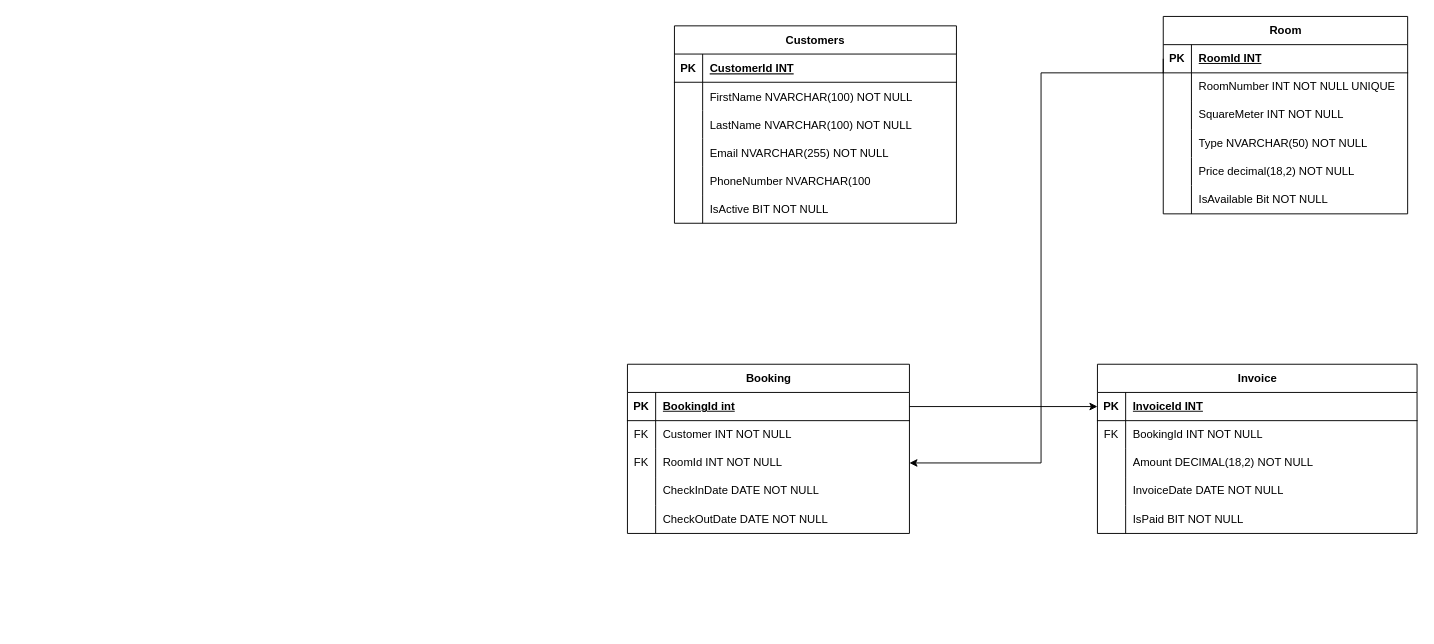
The draw.io diagram HotelAppDb/HotelApp.drawio in Malmstrm/HotelAppDb, before the edit. Source tidied: cells renumbered, new cells numbered last; positions are measured from the earlier drawing's top-left corner, leaving out a move shared by most shapes. Both pictures are drawn from the tidied source at 94%, with x=0, y=0 at pixel (627, 16).
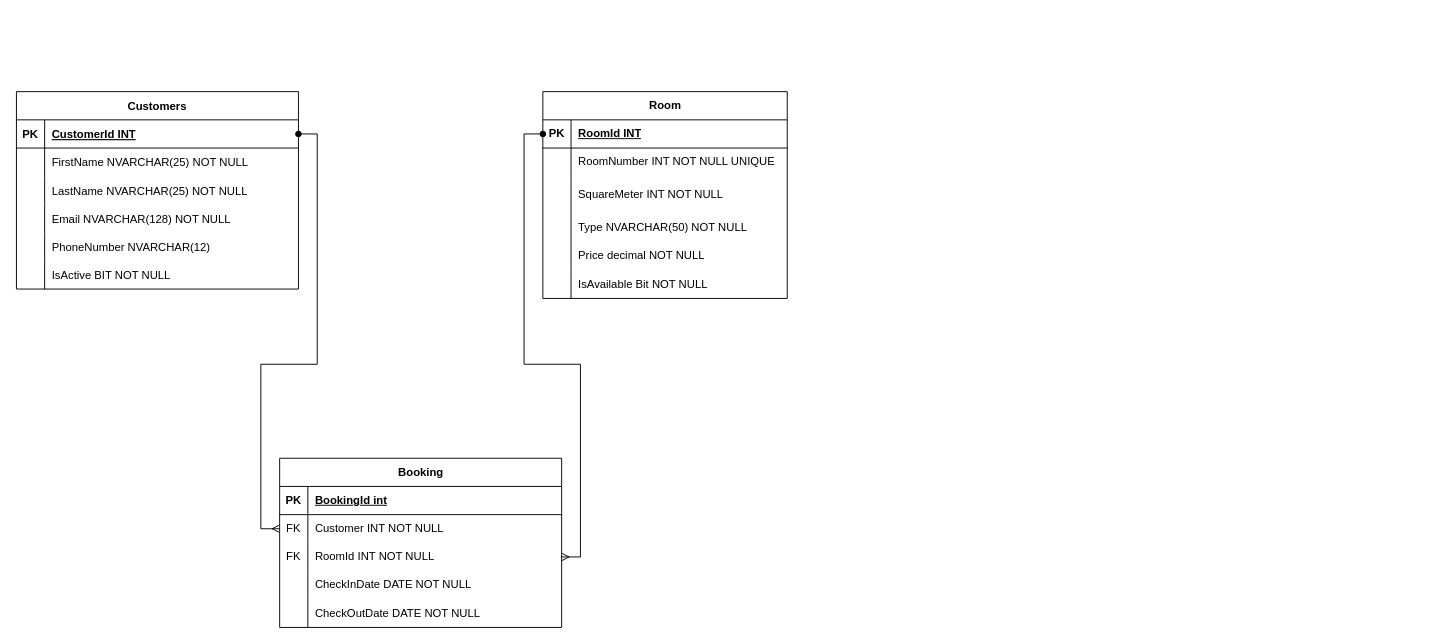
The same page after the edit.

Unchanged cells that the change refers to:
```xml
<mxCell id="3" style="shape=partialRectangle;fillColor=none;points=[[0,0.5],[1,0.5]];portConstraint=eastwest;top=0;left=0;right=0;bottom=1;" parent="2" vertex="1">
  <mxGeometry y="30" width="300" height="30" as="geometry" />
</mxCell>
<mxCell id="6" style="shape=partialRectangle;fillColor=none;top=0;left=0;right=0;bottom=0;" parent="2" vertex="1">
  <mxGeometry y="60" width="300" height="30" as="geometry" />
</mxCell>
<mxCell id="9" style="shape=partialRectangle;fillColor=none;top=0;left=0;right=0;bottom=0;" parent="2" vertex="1">
  <mxGeometry y="90" width="300" height="30" as="geometry" />
</mxCell>
<mxCell id="12" style="shape=partialRectangle;fillColor=none;top=0;left=0;right=0;bottom=0;" parent="2" vertex="1">
  <mxGeometry y="120" width="300" height="30" as="geometry" />
</mxCell>
<mxCell id="15" style="shape=partialRectangle;fillColor=none;top=0;left=0;right=0;bottom=0;" parent="2" vertex="1">
  <mxGeometry y="150" width="300" height="30" as="geometry" />
</mxCell>
<mxCell id="22" style="shape=tableRow;horizontal=0;startSize=0;swimlaneHead=0;swimlaneBody=0;fillColor=none;points=[[0,0.5],[1,0.5]];portConstraint=eastwest;top=0;left=0;right=0;bottom=1;" parent="21" vertex="1">
  <mxGeometry y="30" width="260" height="30" as="geometry" />
</mxCell>
<mxCell id="41" style="shape=tableRow;horizontal=0;startSize=0;swimlaneHead=0;swimlaneBody=0;fillColor=none;points=[[0,0.5],[1,0.5]];portConstraint=eastwest;top=0;left=0;right=0;bottom=1;" parent="40" vertex="1">
  <mxGeometry y="30" width="300" height="30" as="geometry" />
</mxCell>
<mxCell id="44" style="shape=tableRow;horizontal=0;startSize=0;swimlaneHead=0;swimlaneBody=0;fillColor=none;points=[[0,0.5],[1,0.5]];portConstraint=eastwest;top=0;left=0;right=0;bottom=0;" parent="40" vertex="1">
  <mxGeometry y="60" width="300" height="30" as="geometry" />
</mxCell>
<mxCell id="47" style="shape=tableRow;horizontal=0;startSize=0;swimlaneHead=0;swimlaneBody=0;fillColor=none;points=[[0,0.5],[1,0.5]];portConstraint=eastwest;top=0;left=0;right=0;bottom=0;" parent="40" vertex="1">
  <mxGeometry y="90" width="300" height="30" as="geometry" />
</mxCell>
```

Diff of the diagram source:
```diff
@@
     <mxCell id="2" value="Customers" style="shape=table;startSize=30;childLayout=tableLayout;rowLines=0;fontStyle=1;align=center;flipH=1;flipV=0;" parent="1" vertex="1">
-      <mxGeometry x="50" y="10" width="300" height="210" as="geometry" />
+      <mxGeometry x="-650" y="80" width="300" height="210" as="geometry" />
     </mxCell>
@@
-    <mxCell id="8" value="FirstName NVARCHAR(100) NOT NULL" style="shape=partialRectangle;overflow=hidden;fillColor=none;top=0;left=0;bottom=0;right=0;align=left;spacingLeft=6;" parent="6" vertex="1">
+    <mxCell id="8" value="FirstName NVARCHAR(25) NOT NULL" style="shape=partialRectangle;overflow=hidden;fillColor=none;top=0;left=0;bottom=0;right=0;align=left;spacingLeft=6;" parent="6" vertex="1">
       <mxGeometry x="30" width="270" height="30" as="geometry" />
     </mxCell>
@@
-    <mxCell id="11" value="LastName NVARCHAR(100) NOT NULL" style="shape=partialRectangle;overflow=hidden;fillColor=none;top=0;left=0;bottom=0;right=0;align=left;spacingLeft=6;" parent="9" vertex="1">
+    <mxCell id="11" value="LastName NVARCHAR(25) NOT NULL" style="shape=partialRectangle;overflow=hidden;fillColor=none;top=0;left=0;bottom=0;right=0;align=left;spacingLeft=6;" parent="9" vertex="1">
       <mxGeometry x="30" width="270" height="30" as="geometry" />
     </mxCell>
@@
-    <mxCell id="14" value="Email NVARCHAR(255) NOT NULL" style="shape=partialRectangle;overflow=hidden;fillColor=none;top=0;left=0;bottom=0;right=0;align=left;spacingLeft=6;" parent="12" vertex="1">
+    <mxCell id="14" value="Email NVARCHAR(128) NOT NULL" style="shape=partialRectangle;overflow=hidden;fillColor=none;top=0;left=0;bottom=0;right=0;align=left;spacingLeft=6;" parent="12" vertex="1">
       <mxGeometry x="30" width="270" height="30" as="geometry" />
     </mxCell>
@@
-    <mxCell id="17" value="PhoneNumber NVARCHAR(100" style="shape=partialRectangle;overflow=hidden;fillColor=none;top=0;left=0;bottom=0;right=0;align=left;spacingLeft=6;" parent="15" vertex="1">
+    <mxCell id="17" value="PhoneNumber NVARCHAR(12)" style="shape=partialRectangle;overflow=hidden;fillColor=none;top=0;left=0;bottom=0;right=0;align=left;spacingLeft=6;" parent="15" vertex="1">
       <mxGeometry x="30" width="270" height="30" as="geometry" />
     </mxCell>
@@
     <mxCell id="21" value="Room" style="shape=table;startSize=30;childLayout=tableLayout;rowLines=0;fontStyle=1;align=center;html=1;" parent="1" vertex="1">
-      <mxGeometry x="570" width="260" height="210" as="geometry" />
+      <mxGeometry x="-90" y="80" width="260" height="220" as="geometry" />
     </mxCell>
@@
     <mxCell id="28" style="shape=tableRow;horizontal=0;startSize=0;swimlaneHead=0;swimlaneBody=0;fillColor=none;top=0;left=0;right=0;bottom=0;" parent="21" vertex="1">
-      <mxGeometry y="90" width="260" height="30" as="geometry" />
+      <mxGeometry y="90" width="260" height="40" as="geometry" />
     </mxCell>
     <mxCell id="29" style="shape=partialRectangle;fillColor=none;top=0;left=0;bottom=0;right=0;overflow=hidden;whiteSpace=wrap;html=1;" parent="28" vertex="1">
-      <mxGeometry width="30" height="30" as="geometry" />
+      <mxGeometry width="30" height="40" as="geometry" />
     </mxCell>
     <mxCell id="30" value="SquareMeter INT NOT NULL" style="shape=partialRectangle;fillColor=none;top=0;left=0;bottom=0;right=0;align=left;spacingLeft=6;overflow=hidden;whiteSpace=wrap;html=1;" parent="28" vertex="1">
-      <mxGeometry x="30" width="230" height="30" as="geometry" />
+      <mxGeometry x="30" width="230" height="40" as="geometry" />
     </mxCell>
     <mxCell id="31" style="shape=tableRow;horizontal=0;startSize=0;swimlaneHead=0;swimlaneBody=0;fillColor=none;top=0;left=0;right=0;bottom=0;" parent="21" vertex="1">
-      <mxGeometry y="120" width="260" height="30" as="geometry" />
+      <mxGeometry y="130" width="260" height="30" as="geometry" />
     </mxCell>
@@
     <mxCell id="34" style="shape=tableRow;horizontal=0;startSize=0;swimlaneHead=0;swimlaneBody=0;fillColor=none;top=0;left=0;right=0;bottom=0;" parent="21" vertex="1">
-      <mxGeometry y="150" width="260" height="30" as="geometry" />
+      <mxGeometry y="160" width="260" height="30" as="geometry" />
     </mxCell>
@@
-    <mxCell id="36" value="Price decimal(18,2) NOT NULL" style="shape=partialRectangle;fillColor=none;top=0;left=0;bottom=0;right=0;align=left;spacingLeft=6;overflow=hidden;whiteSpace=wrap;html=1;" parent="34" vertex="1">
+    <mxCell id="36" value="Price decimal NOT NULL" style="shape=partialRectangle;fillColor=none;top=0;left=0;bottom=0;right=0;align=left;spacingLeft=6;overflow=hidden;whiteSpace=wrap;html=1;" parent="34" vertex="1">
       <mxGeometry x="30" width="230" height="30" as="geometry" />
     </mxCell>
     <mxCell id="37" style="shape=tableRow;horizontal=0;startSize=0;swimlaneHead=0;swimlaneBody=0;fillColor=none;top=0;left=0;right=0;bottom=0;" parent="21" vertex="1">
-      <mxGeometry y="180" width="260" height="30" as="geometry" />
+      <mxGeometry y="190" width="260" height="30" as="geometry" />
     </mxCell>
@@
     <mxCell id="40" value="Booking" style="shape=table;startSize=30;childLayout=tableLayout;rowLines=0;fontStyle=1;align=center;html=1;" parent="1" vertex="1">
-      <mxGeometry y="370" width="300" height="180" as="geometry" />
+      <mxGeometry x="-370" y="470" width="300" height="180" as="geometry" />
     </mxCell>
@@
-    <mxCell id="56" value="Invoice" style="shape=table;startSize=30;childLayout=tableLayout;rowLines=0;fontStyle=1;align=center;html=1;" parent="1" vertex="1">
-      <mxGeometry x="500" y="370" width="340" height="180" as="geometry" />
-    </mxCell>
-    <mxCell id="57" style="shape=tableRow;horizontal=0;startSize=0;swimlaneHead=0;swimlaneBody=0;fillColor=none;points=[[0,0.5],[1,0.5]];portConstraint=eastwest;top=0;left=0;right=0;bottom=1;" parent="56" vertex="1">
-      <mxGeometry y="30" width="340" height="30" as="geometry" />
-    </mxCell>
-    <mxCell id="58" value="PK" style="shape=partialRectangle;fillColor=none;top=0;left=0;bottom=0;right=0;fontStyle=1;overflow=hidden;whiteSpace=wrap;html=1;" parent="57" vertex="1">
-      <mxGeometry width="30" height="30" as="geometry" />
-    </mxCell>
-    <mxCell id="59" value="InvoiceId INT" style="shape=partialRectangle;fillColor=none;top=0;left=0;bottom=0;right=0;align=left;spacingLeft=6;fontStyle=5;overflow=hidden;whiteSpace=wrap;html=1;" parent="57" vertex="1">
-      <mxGeometry x="30" width="310" height="30" as="geometry" />
-    </mxCell>
-    <mxCell id="60" style="shape=tableRow;horizontal=0;startSize=0;swimlaneHead=0;swimlaneBody=0;fillColor=none;top=0;left=0;right=0;bottom=0;" parent="56" vertex="1">
-      <mxGeometry y="60" width="340" height="30" as="geometry" />
-    </mxCell>
-    <mxCell id="61" value="FK" style="shape=partialRectangle;fillColor=none;top=0;left=0;bottom=0;right=0;overflow=hidden;whiteSpace=wrap;html=1;" parent="60" vertex="1">
-      <mxGeometry width="30" height="30" as="geometry" />
-    </mxCell>
-    <mxCell id="62" value="BookingId &lt;span class=&quot;hljs-type&quot;&gt;INT&lt;/span&gt; &lt;span class=&quot;hljs-keyword&quot;&gt;NOT&lt;/span&gt; &lt;span class=&quot;hljs-keyword&quot;&gt;NULL&lt;/span&gt;" style="shape=partialRectangle;fillColor=none;top=0;left=0;bottom=0;right=0;align=left;spacingLeft=6;overflow=hidden;whiteSpace=wrap;html=1;" parent="60" vertex="1">
-      <mxGeometry x="30" width="310" height="30" as="geometry" />
-    </mxCell>
-    <mxCell id="63" style="shape=tableRow;horizontal=0;startSize=0;swimlaneHead=0;swimlaneBody=0;fillColor=none;top=0;left=0;right=0;bottom=0;" parent="56" vertex="1">
-      <mxGeometry y="90" width="340" height="30" as="geometry" />
-    </mxCell>
-    <mxCell id="64" style="shape=partialRectangle;fillColor=none;top=0;left=0;bottom=0;right=0;overflow=hidden;whiteSpace=wrap;html=1;" parent="63" vertex="1">
-      <mxGeometry width="30" height="30" as="geometry" />
-    </mxCell>
-    <mxCell id="65" value="Amount &lt;span class=&quot;hljs-type&quot;&gt;DECIMAL&lt;/span&gt;(&lt;span class=&quot;hljs-number&quot;&gt;18&lt;/span&gt;,&lt;span class=&quot;hljs-number&quot;&gt;2&lt;/span&gt;) &lt;span class=&quot;hljs-keyword&quot;&gt;NOT&lt;/span&gt; &lt;span class=&quot;hljs-keyword&quot;&gt;NULL&lt;/span&gt;" style="shape=partialRectangle;fillColor=none;top=0;left=0;bottom=0;right=0;align=left;spacingLeft=6;overflow=hidden;whiteSpace=wrap;html=1;" parent="63" vertex="1">
-      <mxGeometry x="30" width="310" height="30" as="geometry" />
-    </mxCell>
-    <mxCell id="66" style="shape=tableRow;horizontal=0;startSize=0;swimlaneHead=0;swimlaneBody=0;fillColor=none;top=0;left=0;right=0;bottom=0;" parent="56" vertex="1">
-      <mxGeometry y="120" width="340" height="30" as="geometry" />
-    </mxCell>
-    <mxCell id="67" style="shape=partialRectangle;fillColor=none;top=0;left=0;bottom=0;right=0;overflow=hidden;whiteSpace=wrap;html=1;" parent="66" vertex="1">
-      <mxGeometry width="30" height="30" as="geometry" />
-    </mxCell>
-    <mxCell id="68" value="InvoiceDate &lt;span class=&quot;hljs-type&quot;&gt;DATE&lt;/span&gt; &lt;span class=&quot;hljs-keyword&quot;&gt;NOT&lt;/span&gt; &lt;span class=&quot;hljs-keyword&quot;&gt;NULL&lt;/span&gt;" style="shape=partialRectangle;fillColor=none;top=0;left=0;bottom=0;right=0;align=left;spacingLeft=6;overflow=hidden;whiteSpace=wrap;html=1;" parent="66" vertex="1">
-      <mxGeometry x="30" width="310" height="30" as="geometry" />
-    </mxCell>
-    <mxCell id="69" style="shape=tableRow;horizontal=0;startSize=0;swimlaneHead=0;swimlaneBody=0;fillColor=none;top=0;left=0;right=0;bottom=0;" parent="56" vertex="1">
-      <mxGeometry y="150" width="340" height="30" as="geometry" />
-    </mxCell>
-    <mxCell id="70" style="shape=partialRectangle;fillColor=none;top=0;left=0;bottom=0;right=0;overflow=hidden;whiteSpace=wrap;html=1;" parent="69" vertex="1">
-      <mxGeometry width="30" height="30" as="geometry" />
-    </mxCell>
-    <mxCell id="71" value="IsPaid BIT &lt;span class=&quot;hljs-keyword&quot;&gt;NOT&lt;/span&gt; &lt;span class=&quot;hljs-keyword&quot;&gt;NULL&lt;/span&gt;" style="shape=partialRectangle;fillColor=none;top=0;left=0;bottom=0;right=0;align=left;spacingLeft=6;overflow=hidden;whiteSpace=wrap;html=1;" parent="69" vertex="1">
-      <mxGeometry x="30" width="310" height="30" as="geometry" />
-    </mxCell>
-    <mxCell id="72" style="edgeStyle=orthogonalEdgeStyle;rounded=0;jettySize=auto;html=1;entryX=0;entryY=0.5;entryDx=0;entryDy=0;" parent="1" edge="1" source="41" target="57">
-      <mxGeometry relative="1" as="geometry" />
-    </mxCell>
-    <mxCell id="73" style="edgeStyle=orthogonalEdgeStyle;rounded=0;jettySize=auto;html=1;entryX=1;entryY=0.5;entryDx=0;entryDy=0;exitX=0;exitY=0.5;exitDx=0;exitDy=0;" parent="1" edge="1" source="22" target="47">
+    <mxCell id="73" style="edgeStyle=orthogonalEdgeStyle;rounded=0;jettySize=auto;html=1;entryX=1;entryY=0.5;entryDx=0;entryDy=0;exitX=0;exitY=0.5;exitDx=0;exitDy=0;endArrow=ERmany;endFill=0;startArrow=oval;startFill=1;" parent="1" edge="1" source="22" target="47">
       <mxGeometry relative="1" as="geometry">
         <Array as="points">
-          <mxPoint x="570" y="60" />
-          <mxPoint x="440" y="60" />
-          <mxPoint x="440" y="475" />
+          <mxPoint x="-110" y="125" />
+          <mxPoint x="-110" y="370" />
+          <mxPoint x="-50" y="370" />
+          <mxPoint x="-50" y="575" />
         </Array>
       </mxGeometry>
     </mxCell>
+    <mxCell id="74" style="edgeStyle=orthogonalEdgeStyle;rounded=0;jettySize=auto;html=1;entryX=0;entryY=0.5;entryDx=0;entryDy=0;startArrow=oval;startFill=1;endArrow=ERmany;endFill=0;" parent="1" edge="1" source="3" target="44">
+      <mxGeometry relative="1" as="geometry">
+        <Array as="points">
+          <mxPoint x="-330" y="125" />
+          <mxPoint x="-330" y="370" />
+          <mxPoint x="-390" y="370" />
+          <mxPoint x="-390" y="545" />
+        </Array>
+      </mxGeometry>
+    </mxCell>
```
